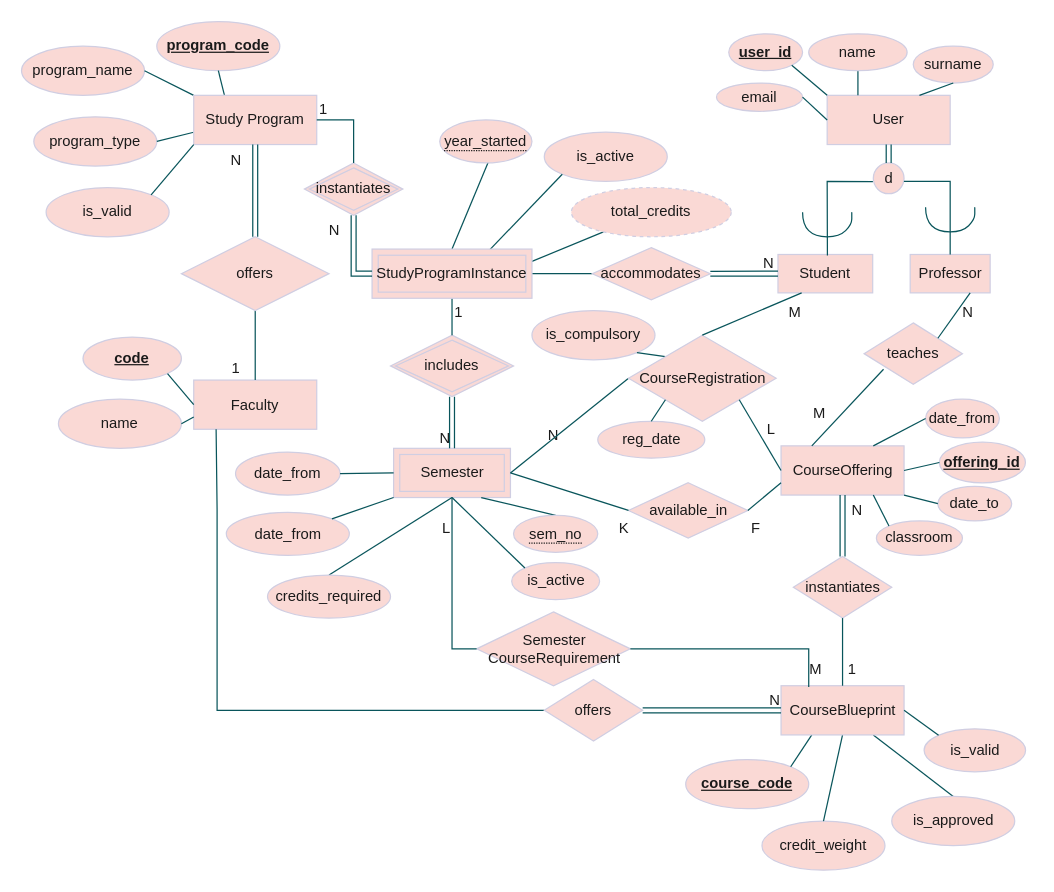
Earlier version of the draw.io diagram DBschema.drawio (dmitru4ok/course-management). Source tidied: cells renumbered, new cells numbered last; positions are measured from the earlier drawing's top-left corner, leaving out a move shared by most shapes. Both pictures are drawn from the tidied source at 123%, with x=0, y=0 at pixel (21, 21).
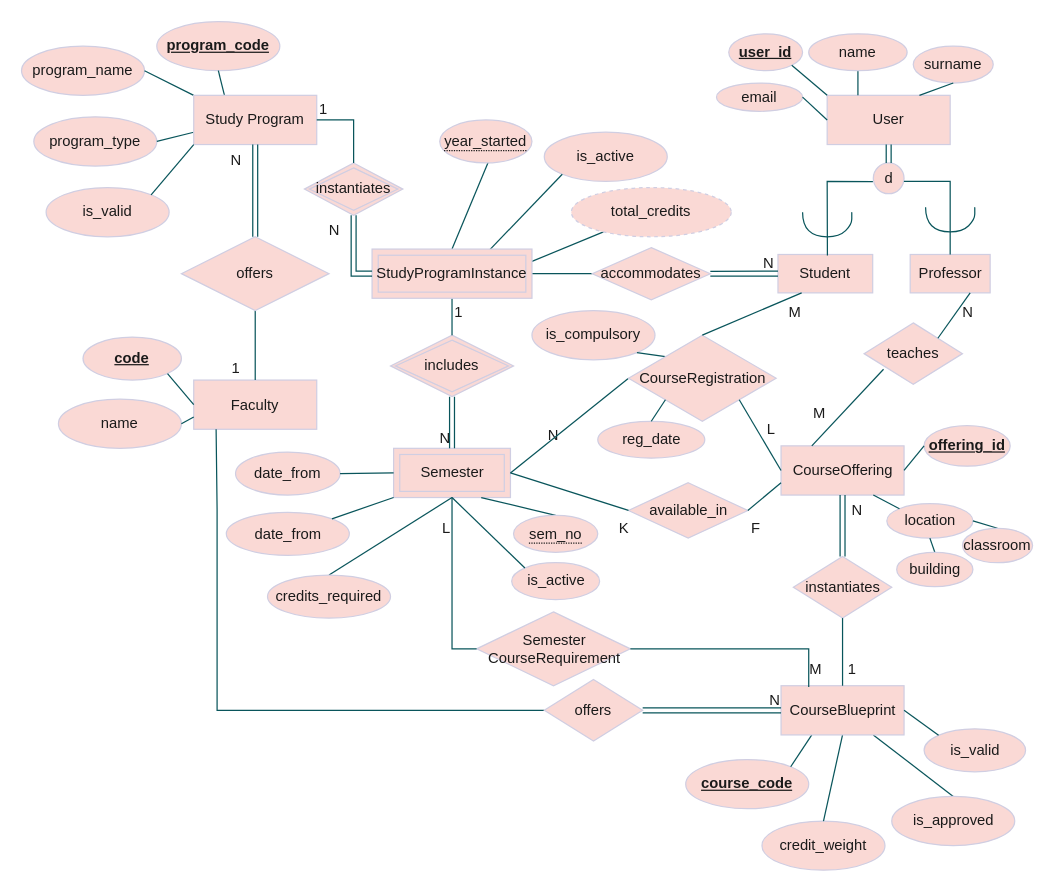
The same page after the edit.

The change refers to these unchanged cells:
```xml
<mxCell id="14" value="CourseOffering" style="whiteSpace=wrap;html=1;align=center;labelBackgroundColor=none;fillColor=#FAD9D5;strokeColor=#D0CEE2;fontColor=#1A1A1A;" parent="1" vertex="1">
  <mxGeometry x="617.5" y="345" width="100" height="40" as="geometry" />
</mxCell>
```

What changed in the source:
```diff
@@
-    <mxCell id="66" value="date_from" style="ellipse;whiteSpace=wrap;html=1;align=center;labelBackgroundColor=none;fillColor=#FAD9D5;strokeColor=#D0CEE2;fontColor=#1A1A1A;" parent="1" vertex="1">
-      <mxGeometry x="735" y="307" width="60" height="31.5" as="geometry" />
-    </mxCell>
-    <mxCell id="67" value="date_to" style="ellipse;whiteSpace=wrap;html=1;align=center;labelBackgroundColor=none;fillColor=#FAD9D5;strokeColor=#D0CEE2;fontColor=#1A1A1A;" parent="1" vertex="1">
-      <mxGeometry x="745" y="378" width="60" height="28" as="geometry" />
-    </mxCell>
-    <mxCell id="68" value="classroom" style="ellipse;whiteSpace=wrap;html=1;align=center;labelBackgroundColor=none;fillColor=#FAD9D5;strokeColor=#D0CEE2;fontColor=#1A1A1A;" parent="1" vertex="1">
-      <mxGeometry x="695" y="406" width="70" height="28" as="geometry" />
+    <mxCell id="68" value="location" style="ellipse;whiteSpace=wrap;html=1;align=center;labelBackgroundColor=none;fillColor=#FAD9D5;strokeColor=#D0CEE2;fontColor=#1A1A1A;" parent="1" vertex="1">
+      <mxGeometry x="703.5" y="392" width="70" height="28" as="geometry" />
     </mxCell>
-    <mxCell id="69" style="endArrow=none;html=1;rounded=0;exitX=0;exitY=0.5;exitDx=0;exitDy=0;entryX=0.75;entryY=0;entryDx=0;entryDy=0;labelBackgroundColor=none;fontColor=default;strokeColor=#09555B;" parent="1" edge="1" source="66" target="14">
+    <mxCell id="69" style="endArrow=none;html=1;rounded=0;exitX=0.5;exitY=1;exitDx=0;exitDy=0;labelBackgroundColor=none;fontColor=default;strokeColor=#09555B;entryX=0.5;entryY=0;entryDx=0;entryDy=0;" parent="1" edge="1" source="68" target="125">
       <mxGeometry relative="1" as="geometry" />
     </mxCell>
-    <mxCell id="70" style="endArrow=none;html=1;rounded=0;exitX=0;exitY=0.5;exitDx=0;exitDy=0;entryX=1;entryY=1;entryDx=0;entryDy=0;labelBackgroundColor=none;fontColor=default;strokeColor=#09555B;" parent="1" edge="1" source="67" target="14">
-      <mxGeometry relative="1" as="geometry" />
-    </mxCell>
@@
     <mxCell id="72" value="&lt;b&gt;offering_id&lt;/b&gt;" style="ellipse;whiteSpace=wrap;html=1;align=center;fontStyle=4;labelBackgroundColor=none;fillColor=#FAD9D5;strokeColor=#D0CEE2;fontColor=#1A1A1A;" parent="1" vertex="1">
-      <mxGeometry x="746.2" y="342" width="70" height="33" as="geometry" />
+      <mxGeometry x="733.8" y="328.5" width="70" height="33" as="geometry" />
     </mxCell>
@@
+    <mxCell id="124" style="endArrow=none;html=1;rounded=0;exitX=1;exitY=0.5;exitDx=0;exitDy=0;labelBackgroundColor=none;fontColor=default;strokeColor=#09555B;entryX=0.5;entryY=0;entryDx=0;entryDy=0;" parent="1" edge="1" source="68" target="126">
+      <mxGeometry relative="1" as="geometry" />
+    </mxCell>
+    <mxCell id="125" value="building" style="ellipse;whiteSpace=wrap;html=1;align=center;labelBackgroundColor=none;fillColor=#FAD9D5;strokeColor=#D0CEE2;fontColor=#1A1A1A;" parent="1" vertex="1">
+      <mxGeometry x="711.5" y="431.5" width="62" height="28" as="geometry" />
+    </mxCell>
+    <mxCell id="126" value="classroom" style="ellipse;whiteSpace=wrap;html=1;align=center;labelBackgroundColor=none;fillColor=#FAD9D5;strokeColor=#D0CEE2;fontColor=#1A1A1A;" parent="1" vertex="1">
+      <mxGeometry x="765" y="412" width="57" height="28" as="geometry" />
+    </mxCell>
```
